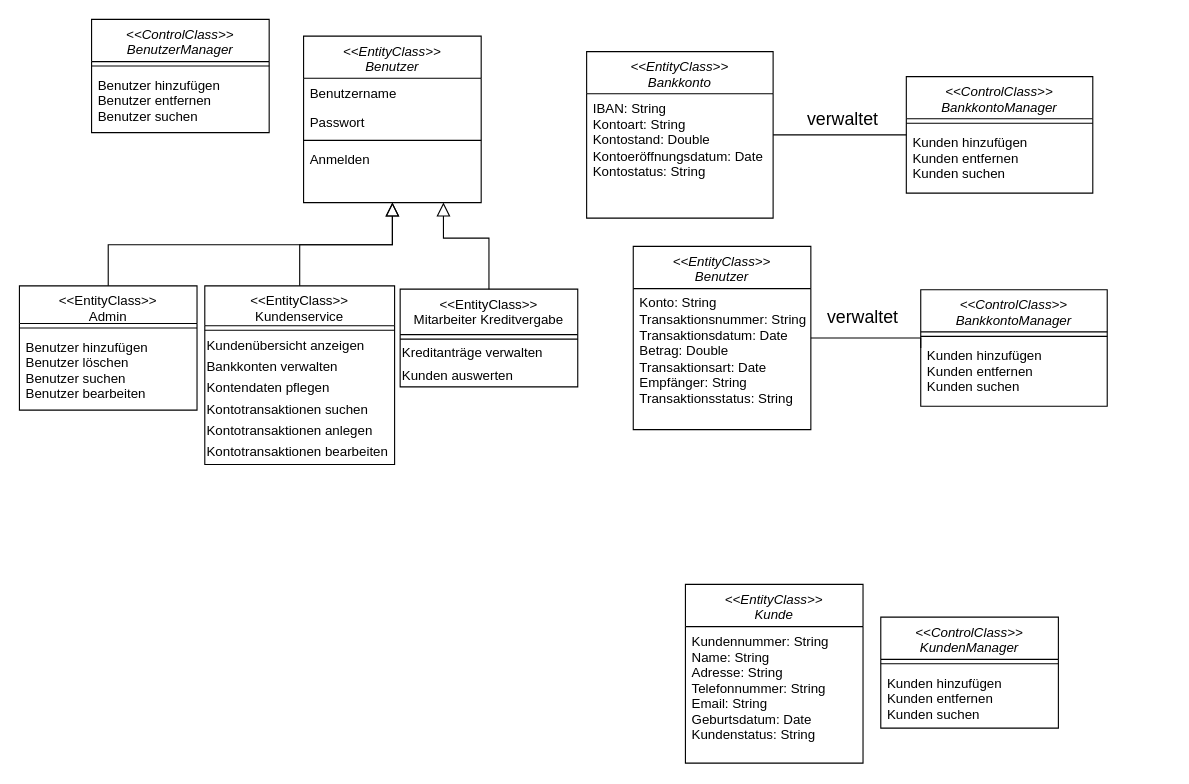
Before: page "Technischer Entwurf" (5 of 5) of Datenmodell.drawio in JaSc2912/VerteilteAnwendungen, a draw.io diagram. Source tidied: cells renumbered, new cells numbered last; positions are measured from the earlier drawing's top-left corner, leaving out a move shared by most shapes. Both pictures are drawn from the tidied source at 111%, with x=0, y=0 at pixel (19, 19).
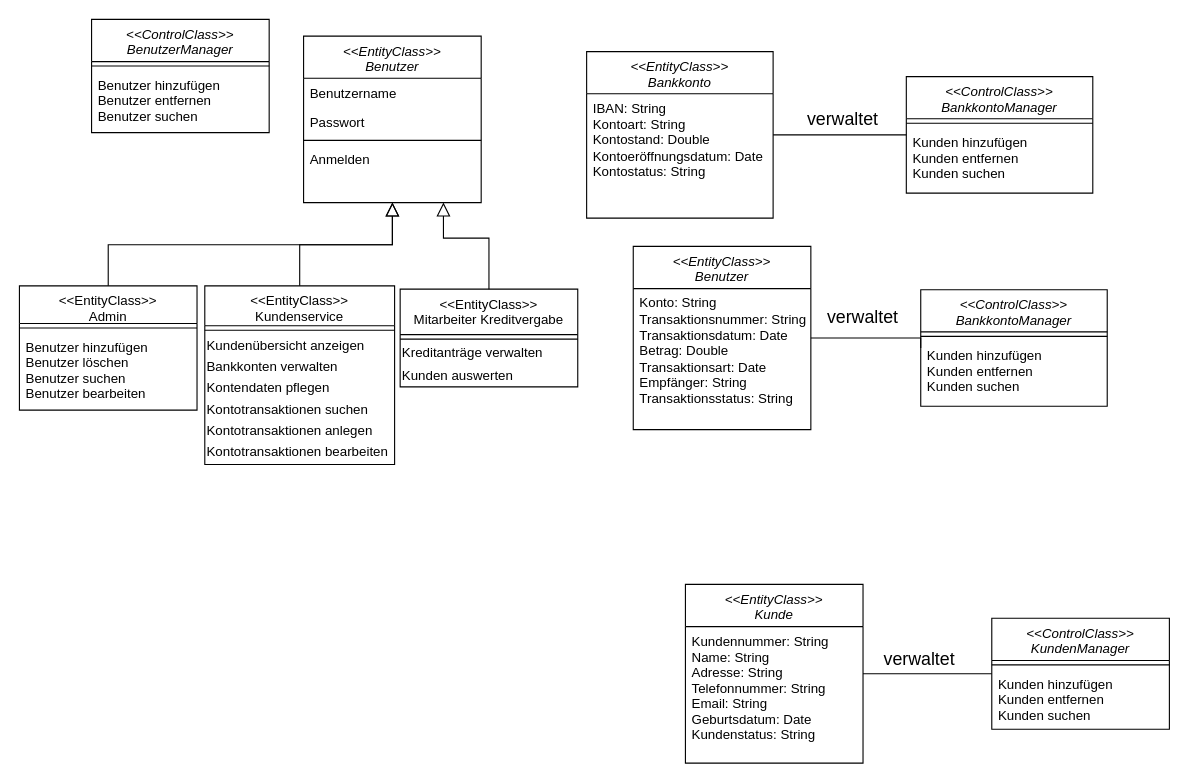
The same page after the edit.

The change refers to these unchanged cells:
```xml
<mxCell id="27" value="&lt;&lt;EntityClass&gt;&gt;&#10;Kunde" style="swimlane;fontStyle=2;align=center;verticalAlign=top;horizontal=1;startSize=38;rounded=0;shadow=0;strokeWidth=1;" parent="1" vertex="1">
  <mxGeometry x="600" y="509" width="160" height="161" as="geometry" />
</mxCell>
```

Change to the diagram source:
```diff
@@
+    <mxCell id="41" style="edgeStyle=none;curved=1;rounded=0;jettySize=auto;html=1;fontSize=12;startSize=8;endSize=8;endArrow=none;startFill=0;" parent="1" edge="1" source="27" target="29">
+      <mxGeometry relative="1" as="geometry" />
+    </mxCell>
@@
     <mxCell id="29" value="&lt;&lt;ControlClass&gt;&gt;&#10;KundenManager" style="swimlane;fontStyle=2;align=center;verticalAlign=top;horizontal=1;startSize=38;rounded=0;shadow=0;strokeWidth=1;" parent="1" vertex="1">
-      <mxGeometry x="776" y="538.5" width="160" height="100" as="geometry" />
+      <mxGeometry x="876" y="539.5" width="160" height="100" as="geometry" />
     </mxCell>
@@
+    <mxCell id="42" value="verwaltet" style="text;strokeColor=none;fillColor=none;html=1;align=center;verticalAlign=middle;whiteSpace=wrap;rounded=0;fontSize=16;" parent="1" vertex="1">
+      <mxGeometry x="776" y="565" width="70" height="22" as="geometry" />
+    </mxCell>
```
